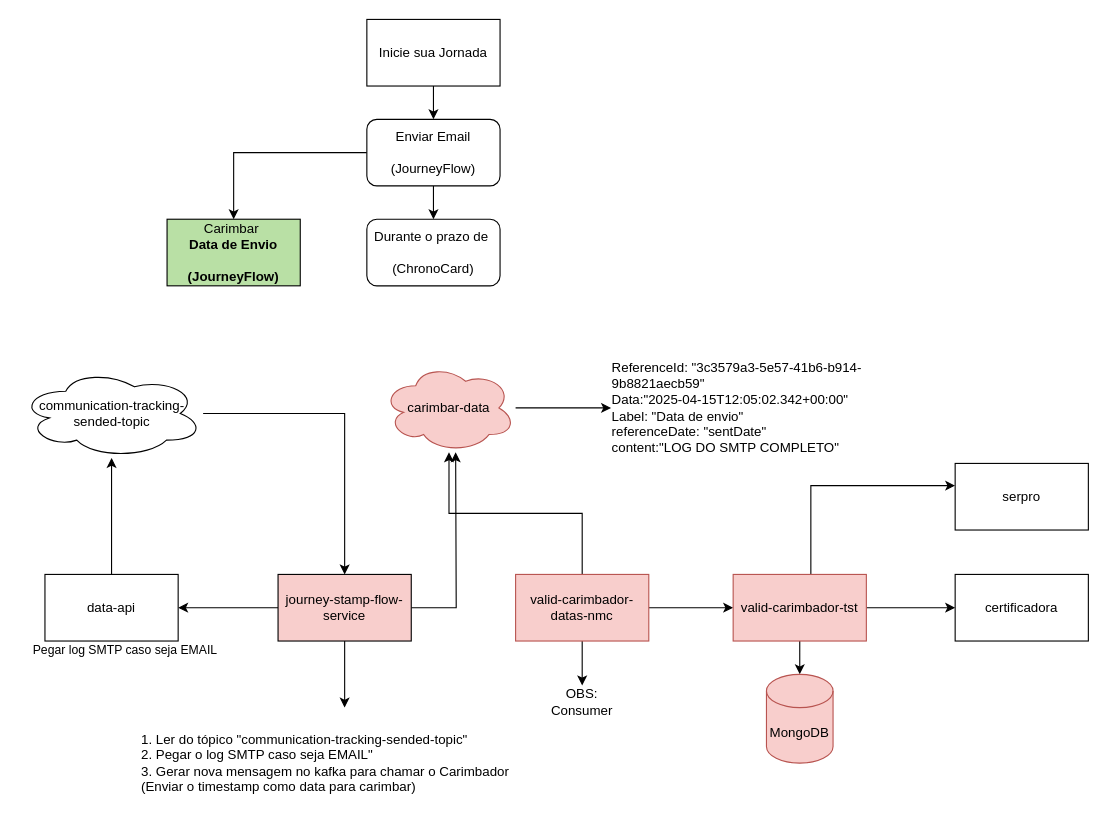
caio-bueno/draws-valid keeps this draw.io diagram as page "Desenho Jornada Carimbo Envio de Email com Back" (3 of 5) of Diagrama Journey.drawio. Above is the earlier version. Source tidied: cells renumbered, new cells numbered last; positions are measured from the earlier drawing's top-left corner, leaving out a move shared by most shapes. Both pictures are drawn from the tidied source at 111%, with x=0, y=0 at pixel (20, 19).
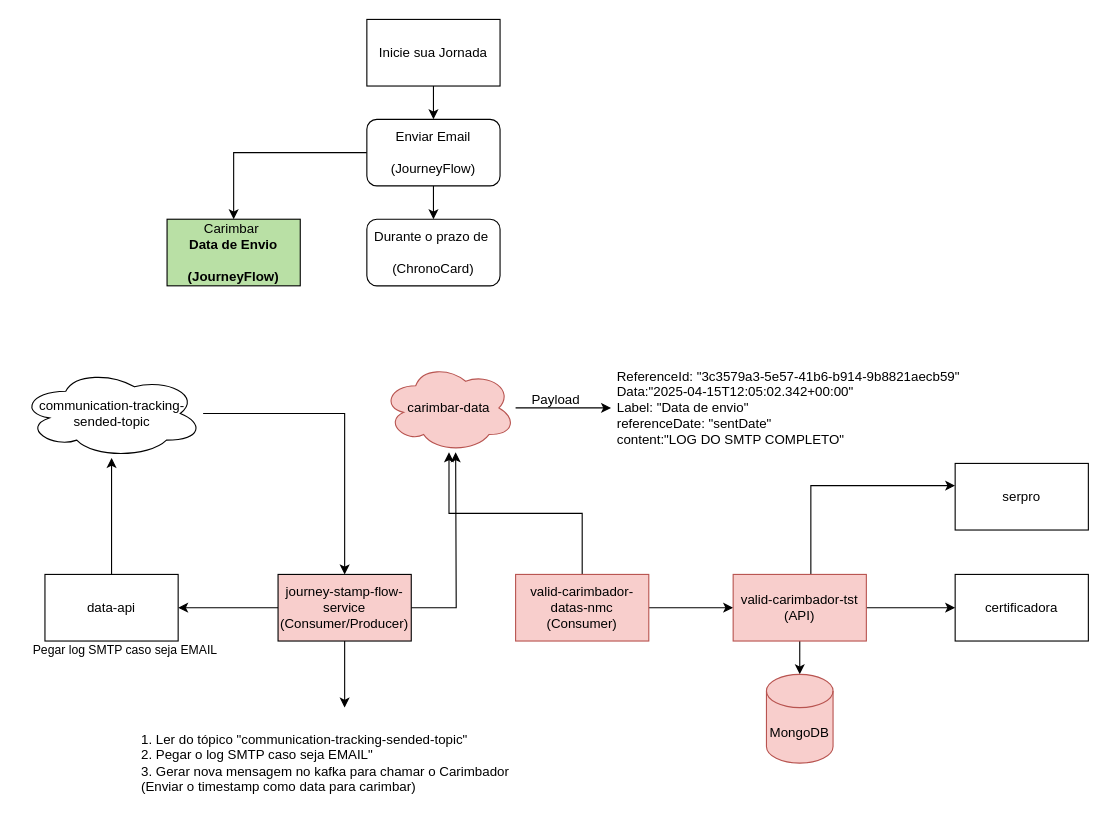
After the change.

The edit, as a diff of the source:
```diff
@@
-    <mxCell id="14" value="journey-stamp-flow-service" style="rounded=0;whiteSpace=wrap;html=1;fillColor=#F8CECC;" parent="1" vertex="1">
+    <mxCell id="14" value="journey-stamp-flow-service&lt;div&gt;(Consumer/Producer)&lt;/div&gt;" style="rounded=0;whiteSpace=wrap;html=1;fillColor=#F8CECC;" parent="1" vertex="1">
       <mxGeometry x="232" y="500" width="120" height="60" as="geometry" />
     </mxCell>
@@
-    <mxCell id="23" style="edgeStyle=orthogonalEdgeStyle;rounded=0;jettySize=auto;html=1;" parent="1" edge="1" source="24" target="33">
-      <mxGeometry relative="1" as="geometry" />
-    </mxCell>
-    <mxCell id="24" value="valid-carimbador-datas-nmc" style="rounded=0;whiteSpace=wrap;html=1;fillColor=#f8cecc;strokeColor=#b85450;" parent="1" vertex="1">
+    <mxCell id="24" value="valid-carimbador-datas-nmc&lt;div&gt;(Consumer)&lt;/div&gt;" style="rounded=0;whiteSpace=wrap;html=1;fillColor=#f8cecc;strokeColor=#b85450;" parent="1" vertex="1">
       <mxGeometry x="446" y="500" width="120" height="60" as="geometry" />
     </mxCell>
@@
-    <mxCell id="28" value="valid-carimbador-tst" style="rounded=0;whiteSpace=wrap;html=1;fillColor=#f8cecc;strokeColor=#b85450;" parent="1" vertex="1">
+    <mxCell id="28" value="valid-carimbador-tst&lt;div&gt;(API)&lt;/div&gt;" style="rounded=0;whiteSpace=wrap;html=1;fillColor=#f8cecc;strokeColor=#b85450;" parent="1" vertex="1">
       <mxGeometry x="642" y="500" width="120" height="60" as="geometry" />
     </mxCell>
@@
     <mxCell id="32" value="&lt;div style=&quot;text-align: left;&quot;&gt;&lt;span style=&quot;background-color: transparent; color: light-dark(rgb(0, 0, 0), rgb(255, 255, 255));&quot;&gt;ReferenceId: &quot;3c3579a3-5e57-41b6-b914-9b8821aecb59&quot;&lt;/span&gt;&lt;/div&gt;&lt;div style=&quot;text-align: left;&quot;&gt;&lt;span style=&quot;background-color: transparent; color: light-dark(rgb(0, 0, 0), rgb(255, 255, 255));&quot;&gt;Data:&quot;2025-04-15T12:05:02.342+00:00&quot;&lt;/span&gt;&lt;/div&gt;&lt;div style=&quot;text-align: left;&quot;&gt;&lt;span style=&quot;background-color: transparent; color: light-dark(rgb(0, 0, 0), rgb(255, 255, 255));&quot;&gt;Label: &quot;Data de envio&quot;&lt;/span&gt;&lt;/div&gt;&lt;div style=&quot;text-align: left;&quot;&gt;referenceDate: &quot;sentDate&quot;&lt;/div&gt;&lt;div style=&quot;text-align: left;&quot;&gt;content:&quot;LOG DO SMTP COMPLETO&quot;&lt;/div&gt;" style="text;html=1;align=center;verticalAlign=middle;whiteSpace=wrap;rounded=0;" parent="1" vertex="1">
-      <mxGeometry x="532" y="305" width="250" height="90" as="geometry" />
+      <mxGeometry x="532" y="305" width="320" height="90" as="geometry" />
     </mxCell>
-    <mxCell id="33" value="OBS: Consumer" style="text;html=1;align=center;verticalAlign=middle;whiteSpace=wrap;rounded=0;" parent="1" vertex="1">
-      <mxGeometry x="476" y="600" width="60" height="30" as="geometry" />
-    </mxCell>
+    <mxCell id="34" value="Payload" style="text;html=1;align=center;verticalAlign=middle;strokeColor=none;fillColor=none;" parent="1" vertex="1">
+      <mxGeometry x="447" y="328" width="70" height="30" as="geometry" />
+    </mxCell>
```
